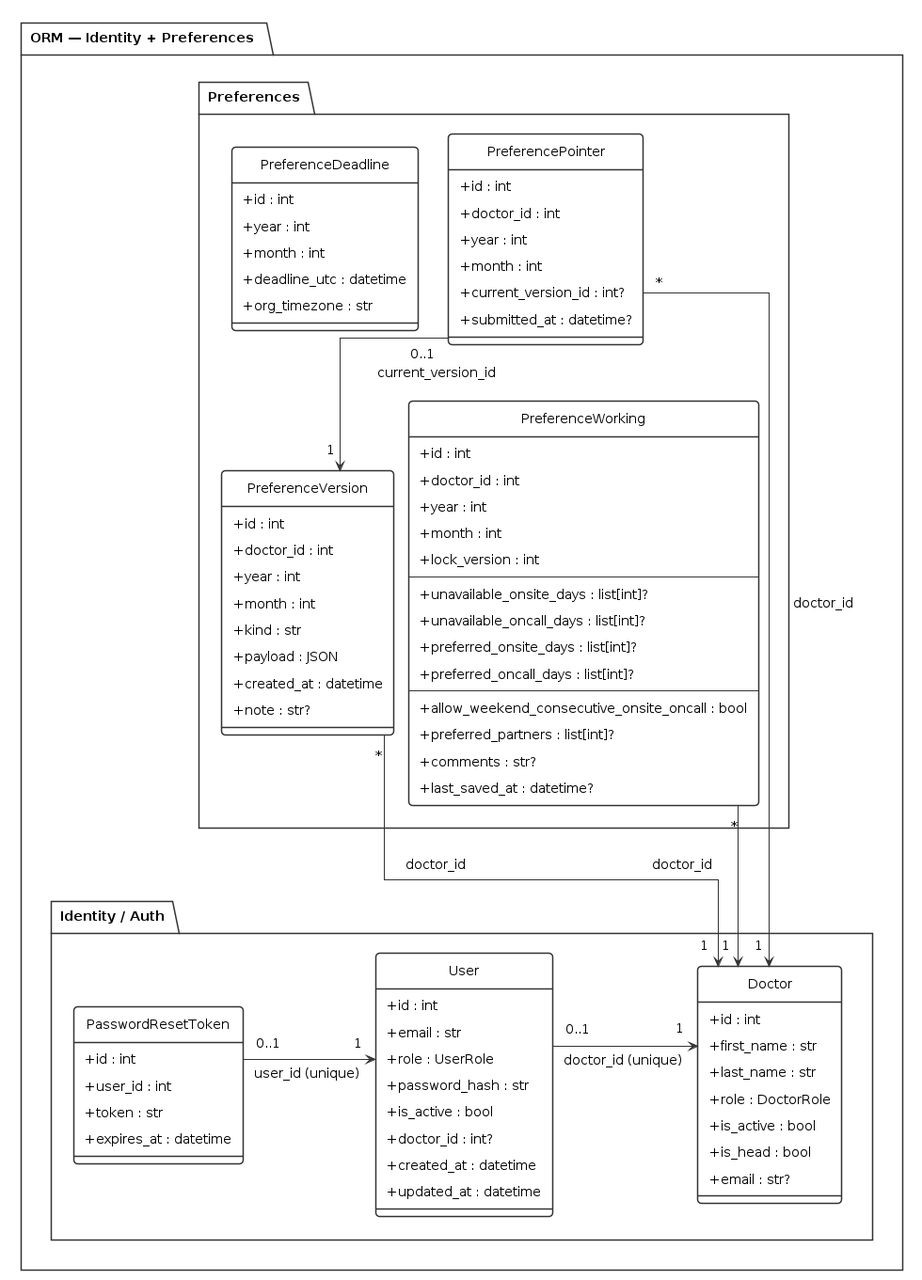
The PlantUML diagram docs/diagrams/export/orm_preferences_identity_slim_a4.png in orlvann/MEDSHED, before a commit. Its source is kept beside it as docs/diagrams/src/orm_preferences_identity_slim_a4.puml. Source of this version:
```plantuml
@startuml orm_preferences_identity_slim_a4

hide circle
skinparam Shadowing false
skinparam RoundCorner 8
skinparam ClassAttributeIconSize 0
skinparam DefaultFontName Arial
skinparam DefaultFontSize 14
skinparam ArrowColor #333333
skinparam LineColor #333333
skinparam PackageBorderColor #333333
skinparam PackageBackgroundColor #FFFFFF
skinparam ClassBorderColor #333333
skinparam ClassBackgroundColor #FFFFFF
skinparam ObjectBorderColor #333333
skinparam ObjectBackgroundColor #FFFFFF
skinparam NoteBackgroundColor #FFFFFF
skinparam NoteBorderColor #333333
skinparam BackgroundColor #FFFFFF
skinparam RectangleBackgroundColor #FFFFFF
skinparam RectangleBorderColor #333333

top to bottom direction
skinparam linetype ortho
skinparam ranksep 30
skinparam nodesep 15
skinparam padding 6

package "ORM — Identity + Preferences " {

  package "Preferences" as P_PREF {

    class PreferenceDeadline {
      +id : int
      +year : int
      +month : int
      +deadline_utc : datetime
      +org_timezone : str
    }

    class PreferencePointer {
      +id : int
      +doctor_id : int
      +year : int
      +month : int
      +current_version_id : int?
      +submitted_at : datetime?
    }

    class PreferenceVersion {
      +id : int
      +doctor_id : int
      +year : int
      +month : int
      +kind : str
      +payload : JSON
      +created_at : datetime
      +note : str?
    }

    class PreferenceWorking {
      +id : int
      +doctor_id : int
      +year : int
      +month : int
      +lock_version : int
      --
      +unavailable_onsite_days : list[int]?
      +unavailable_oncall_days : list[int]?
      +preferred_onsite_days : list[int]?
      +preferred_oncall_days : list[int]?
      --
      +allow_weekend_consecutive_onsite_oncall : bool
      +preferred_partners : list[int]?
      +comments : str?
      +last_saved_at : datetime?
    }
  }

  package "Identity / Auth" as P_ID {

    class PasswordResetToken {
      +id : int
      +user_id : int
      +token : str
      +expires_at : datetime
    }

    class User {
      +id : int
      +email : str
      +role : UserRole
      +password_hash : str
      +is_active : bool
      +doctor_id : int?
      +created_at : datetime
      +updated_at : datetime
    }

    class Doctor {
      +id : int
      +first_name : str
      +last_name : str
      +role : DoctorRole
      +is_active : bool
      +is_head : bool
      +email : str?
    }
  }
}


PreferencePointer "0..1" --> "1" PreferenceVersion : current_version_id
PreferenceWorking "*" --> "1" Doctor : doctor_id
PreferenceVersion "*" --> "1" Doctor : doctor_id
PreferencePointer "*" --> "1" Doctor : doctor_id

PasswordResetToken "0..1" --> "1" User : user_id (unique)
User "0..1" --> "1" Doctor : doctor_id (unique)


PreferenceDeadline -[hidden]right-> PreferencePointer

PreferenceVersion -[hidden]right-> PreferenceWorking

PreferenceDeadline -[hidden]down-> PreferenceVersion
PreferencePointer  -[hidden]down-> PreferenceWorking

PasswordResetToken -[hidden]right-> User
User               -[hidden]right-> Doctor

P_PREF -[hidden]right-> P_ID

@enduml
```
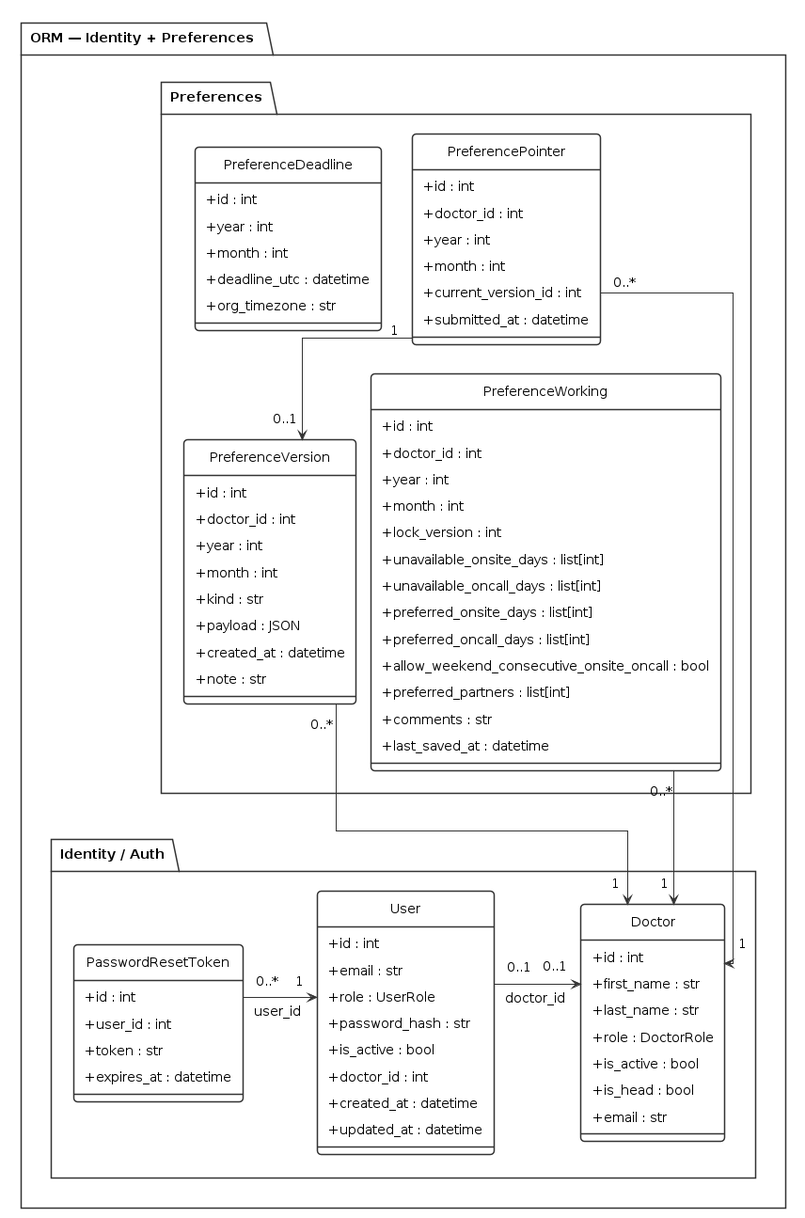
After the commit.

The edit, as a diff of the source:
```diff
@@ -43,8 +43,8 @@
       +doctor_id : int
       +year : int
       +month : int
-      +current_version_id : int?
-      +submitted_at : datetime?
+      +current_version_id : int
+      +submitted_at : datetime
     }
 
     class PreferenceVersion {
@@ -55,7 +55,7 @@
       +kind : str
       +payload : JSON
       +created_at : datetime
-      +note : str?
+      +note : str
     }
 
     class PreferenceWorking {
@@ -64,16 +64,14 @@
       +year : int
       +month : int
       +lock_version : int
-      --
-      +unavailable_onsite_days : list[int]?
-      +unavailable_oncall_days : list[int]?
-      +preferred_onsite_days : list[int]?
-      +preferred_oncall_days : list[int]?
-      --
+      +unavailable_onsite_days : list[int]
+      +unavailable_oncall_days : list[int]
+      +preferred_onsite_days : list[int]
+      +preferred_oncall_days : list[int]
       +allow_weekend_consecutive_onsite_oncall : bool
-      +preferred_partners : list[int]?
-      +comments : str?
-      +last_saved_at : datetime?
+      +preferred_partners : list[int]
+      +comments : str
+      +last_saved_at : datetime
     }
   }
 
@@ -92,7 +90,7 @@
       +role : UserRole
       +password_hash : str
       +is_active : bool
-      +doctor_id : int?
+      +doctor_id : int
       +created_at : datetime
       +updated_at : datetime
     }
@@ -104,19 +102,19 @@
       +role : DoctorRole
       +is_active : bool
       +is_head : bool
-      +email : str?
+      +email : str
     }
   }
 }
 
 
-PreferencePointer "0..1" --> "1" PreferenceVersion : current_version_id
-PreferenceWorking "*" --> "1" Doctor : doctor_id
-PreferenceVersion "*" --> "1" Doctor : doctor_id
-PreferencePointer "*" --> "1" Doctor : doctor_id
+PreferencePointer "1" --> "0..1" PreferenceVersion
+PreferenceWorking "0..*" --> "1" Doctor
+PreferenceVersion "0..*" --> "1" Doctor
+PreferencePointer "0..*" --> "1" Doctor
 
-PasswordResetToken "0..1" --> "1" User : user_id (unique)
-User "0..1" --> "1" Doctor : doctor_id (unique)
+PasswordResetToken "0..*" --> "1" User : user_id
+User "0..1" --> "0..1" Doctor : doctor_id
 
 
 PreferenceDeadline -[hidden]right-> PreferencePointer
```
